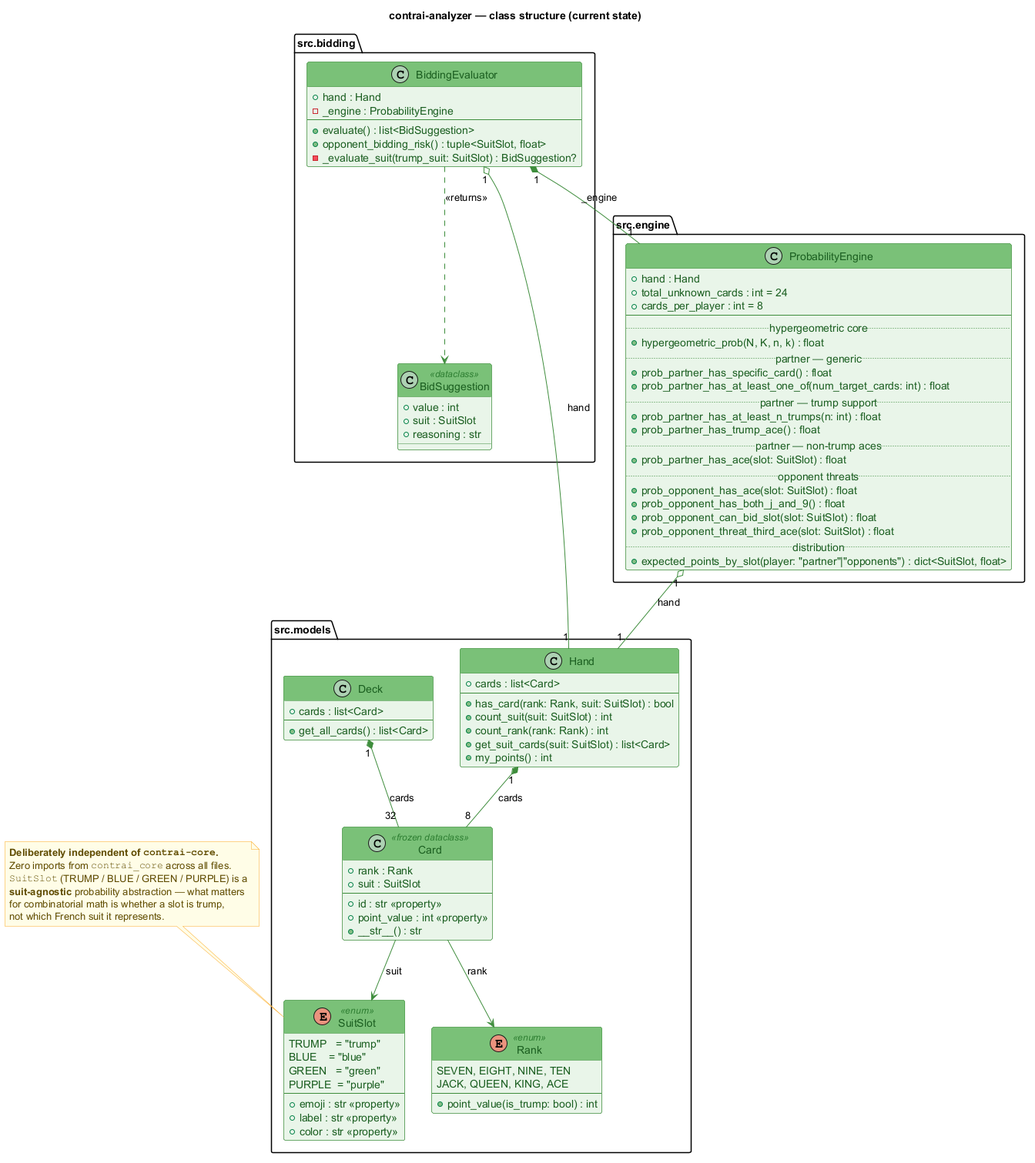
This is docs/diagrams/class_analyzer.png from valmathieu/ContrAI, a PlantUML export, as it was before one commit.
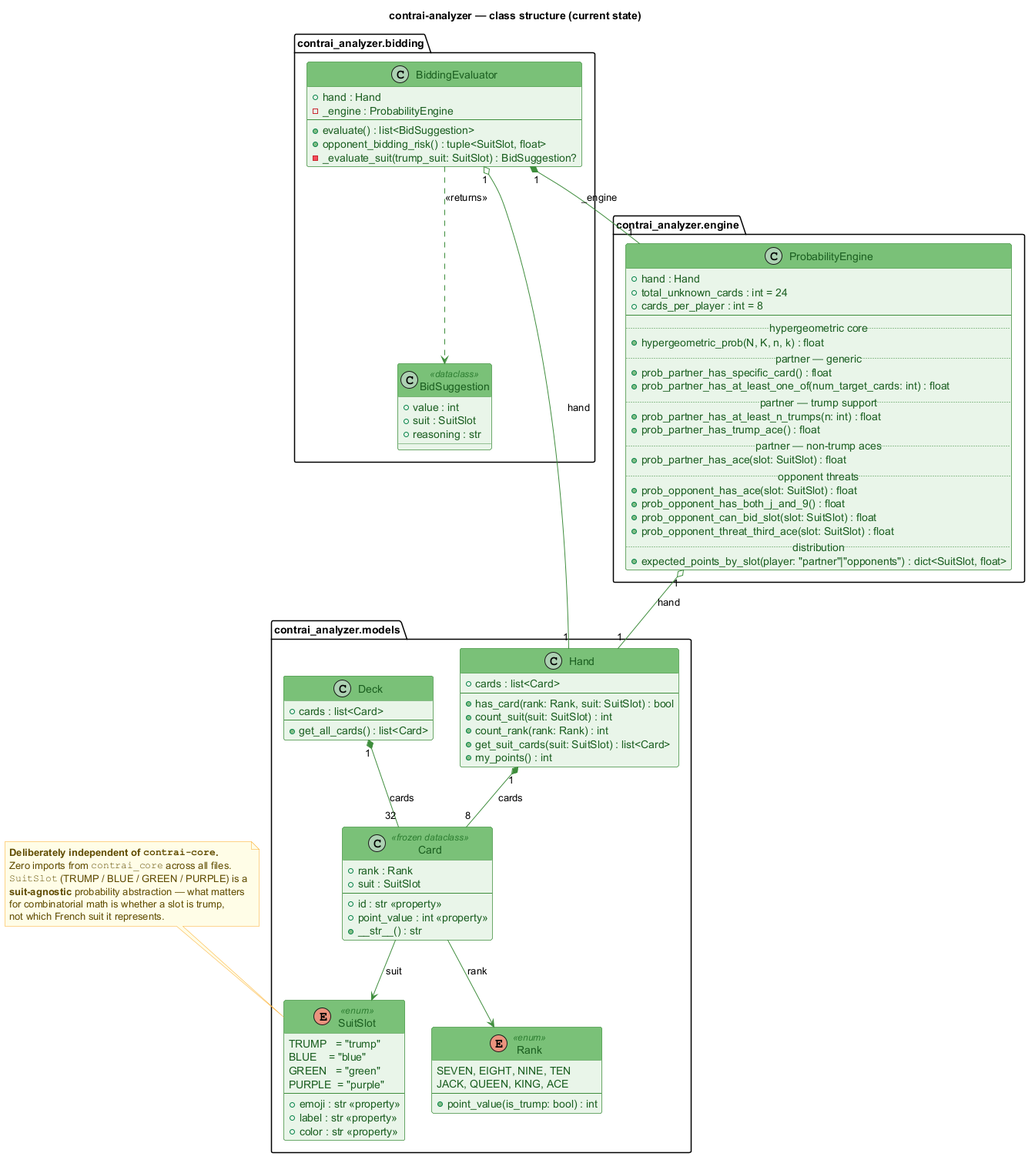
After the change.

The edit, as a diff of the source:
```diff
@@ -24,7 +24,7 @@
 }
 skinparam ArrowColor #3F8C3D
 
-package "src.models" as models {
+package "contrai_analyzer.models" as models {
 
     enum SuitSlot <<enum>> {
         TRUMP   = "trump"
@@ -70,7 +70,7 @@
     }
 }
 
-package "src.engine" as engine {
+package "contrai_analyzer.engine" as engine {
 
     class ProbabilityEngine {
         + hand : Hand
@@ -97,7 +97,7 @@
     }
 }
 
-package "src.bidding" as bidding {
+package "contrai_analyzer.bidding" as bidding {
 
     class BidSuggestion <<dataclass>> {
         + value : int
```
